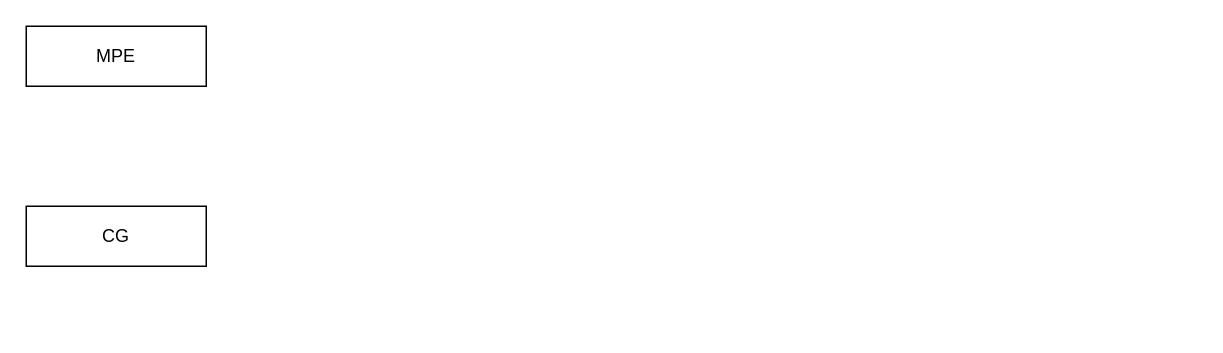
Before: TCCL/Latency_CG_Control.drawio in BEYHHH/SBLP, a draw.io diagram. Source tidied: cells renumbered, new cells numbered last; positions are measured from the earlier drawing's top-left corner, leaving out a move shared by most shapes. Both pictures are drawn from the tidied source at 150%, with x=0, y=0 at pixel (26, 26).
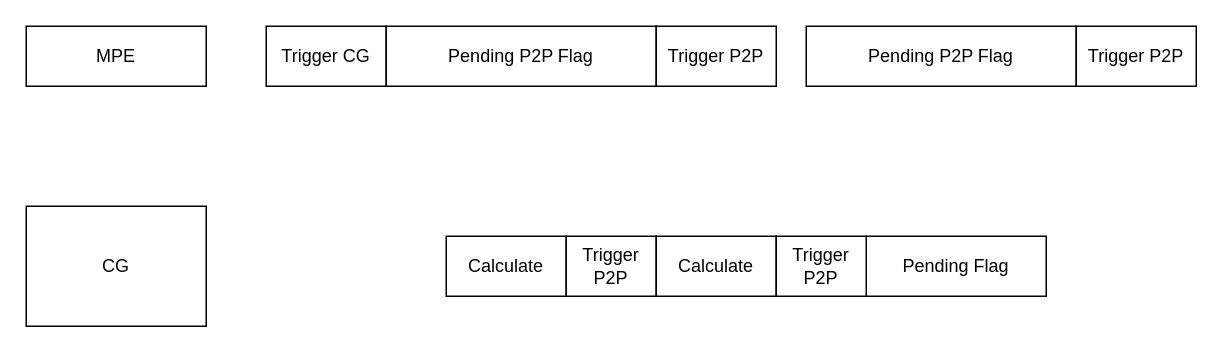
The same page after the edit.

What changed in the source:
```diff
@@
 <mxGraphModel>
   <root>
     <mxCell id="0" />
     <mxCell id="1" parent="0" />
     <mxCell id="2" value="MPE" style="rounded=0;whiteSpace=wrap;html=1;" parent="1" vertex="1">
       <mxGeometry width="120" height="40" as="geometry" />
     </mxCell>
     <mxCell id="3" value="CG" style="rounded=0;whiteSpace=wrap;html=1;" parent="1" vertex="1">
-      <mxGeometry y="120" width="120" height="40" as="geometry" />
+      <mxGeometry y="120" width="120" height="80" as="geometry" />
     </mxCell>
+    <mxCell id="4" value="Trigger CG" style="rounded=0;whiteSpace=wrap;html=1;" parent="1" vertex="1">
+      <mxGeometry x="160" width="80" height="40" as="geometry" />
+    </mxCell>
+    <mxCell id="5" value="Calculate" style="rounded=0;whiteSpace=wrap;html=1;" parent="1" vertex="1">
+      <mxGeometry x="280" y="140" width="80" height="40" as="geometry" />
+    </mxCell>
+    <mxCell id="6" value="Trigger P2P" style="rounded=0;whiteSpace=wrap;html=1;" parent="1" vertex="1">
+      <mxGeometry x="360" y="140" width="60" height="40" as="geometry" />
+    </mxCell>
+    <mxCell id="7" value="Calculate" style="rounded=0;whiteSpace=wrap;html=1;" parent="1" vertex="1">
+      <mxGeometry x="420" y="140" width="80" height="40" as="geometry" />
+    </mxCell>
+    <mxCell id="8" value="Pending Flag" style="rounded=0;whiteSpace=wrap;html=1;" parent="1" vertex="1">
+      <mxGeometry x="560" y="140" width="120" height="40" as="geometry" />
+    </mxCell>
+    <mxCell id="9" value="Trigger P2P" style="rounded=0;whiteSpace=wrap;html=1;" parent="1" vertex="1">
+      <mxGeometry x="500" y="140" width="60" height="40" as="geometry" />
+    </mxCell>
+    <mxCell id="10" value="Pending P2P Flag" style="rounded=0;whiteSpace=wrap;html=1;" parent="1" vertex="1">
+      <mxGeometry x="240" width="180" height="40" as="geometry" />
+    </mxCell>
+    <mxCell id="11" value="Trigger P2P" style="rounded=0;whiteSpace=wrap;html=1;" parent="1" vertex="1">
+      <mxGeometry x="420" width="80" height="40" as="geometry" />
+    </mxCell>
+    <mxCell id="12" value="Pending P2P Flag" style="rounded=0;whiteSpace=wrap;html=1;" parent="1" vertex="1">
+      <mxGeometry x="520" width="180" height="40" as="geometry" />
+    </mxCell>
+    <mxCell id="13" value="Trigger P2P" style="rounded=0;whiteSpace=wrap;html=1;" parent="1" vertex="1">
+      <mxGeometry x="700" width="80" height="40" as="geometry" />
+    </mxCell>
   </root>
 </mxGraphModel>
```
